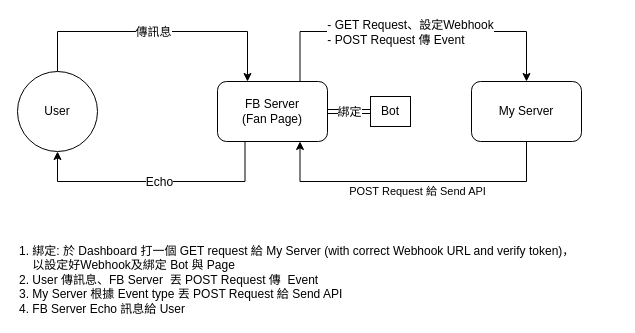
The draw.io diagram FB-Bot.drawio in BenmrChen/Draw.io, before the edit. Source tidied: cells renumbered, new cells numbered last; positions are measured from the earlier drawing's top-left corner, leaving out a move shared by most shapes. Both pictures are drawn from the tidied source at 100%, with x=0, y=0 at pixel (17, 31).
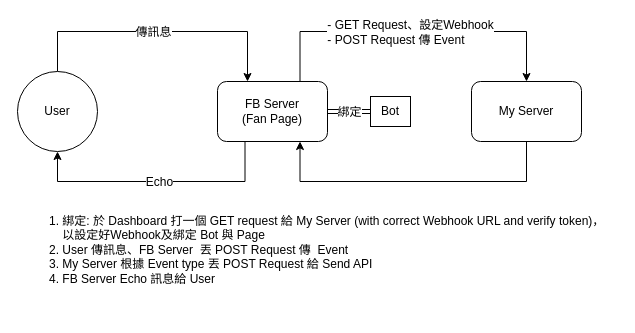
Above is the later version.

The change refers to these unchanged cells:
```xml
<mxCell id="11" value="FB Server&lt;br&gt;(Fan Page)&lt;br&gt;" style="rounded=1;whiteSpace=wrap;html=1;" parent="1" vertex="1">
  <mxGeometry x="200" y="50" width="110" height="60" as="geometry" />
</mxCell>
<mxCell id="14" value="My Server" style="rounded=1;whiteSpace=wrap;html=1;" parent="1" vertex="1">
  <mxGeometry x="454" y="50" width="110" height="60" as="geometry" />
</mxCell>
```

Change to the diagram source:
```diff
@@
-    <mxCell id="13" value="POST Request 給 Send API" style="edgeStyle=orthogonalEdgeStyle;rounded=0;jettySize=auto;html=1;exitX=0.5;exitY=1;exitDx=0;exitDy=0;entryX=0.75;entryY=1;entryDx=0;entryDy=0;" parent="1" edge="1" source="14" target="11">
-      <mxGeometry x="-0.03" y="10" relative="1" as="geometry">
+    <mxCell id="13" style="edgeStyle=orthogonalEdgeStyle;rounded=0;jettySize=auto;html=1;exitX=0.5;exitY=1;exitDx=0;exitDy=0;entryX=0.75;entryY=1;entryDx=0;entryDy=0;" parent="1" edge="1" source="14" target="11">
+      <mxGeometry relative="1" as="geometry">
         <Array as="points">
           <mxPoint x="509" y="150" />
           <mxPoint x="283" y="150" />
         </Array>
       </mxGeometry>
     </mxCell>
@@
     <mxCell id="15" value="1. 綁定: 於 Dashboard 打一個 GET request 給 My Server (with correct Webhook URL and verify token)，&lt;br&gt;&amp;nbsp; &amp;nbsp; 以設定好Webhook及綁定 Bot 與 Page&lt;br&gt;2. User 傳訊息、FB Server&amp;nbsp; 丟 POST Request 傳&amp;nbsp; Event&lt;br&gt;3. My Server 根據 Event type 丟 POST Request 給 Send API&lt;br&gt;4. FB Server Echo 訊息給 User&lt;br&gt;" style="text;html=1;align=left;verticalAlign=top;spacingTop=-4;" parent="1" vertex="1">
-      <mxGeometry y="210" width="570" height="70" as="geometry" />
+      <mxGeometry x="30" y="180" width="570" height="70" as="geometry" />
     </mxCell>
```
